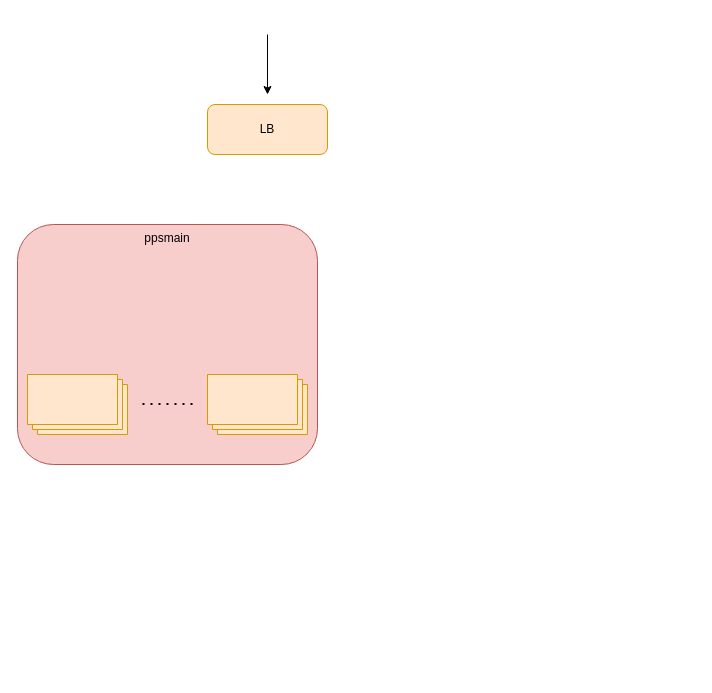
Before: 未命名绘图22.drawio in buf1024/drawio, a draw.io diagram. Source tidied: cells renumbered, new cells numbered last; positions are measured from the earlier drawing's top-left corner, leaving out a move shared by most shapes. Both pictures are drawn from the tidied source at 100%, with x=0, y=0 at pixel (17, 34).
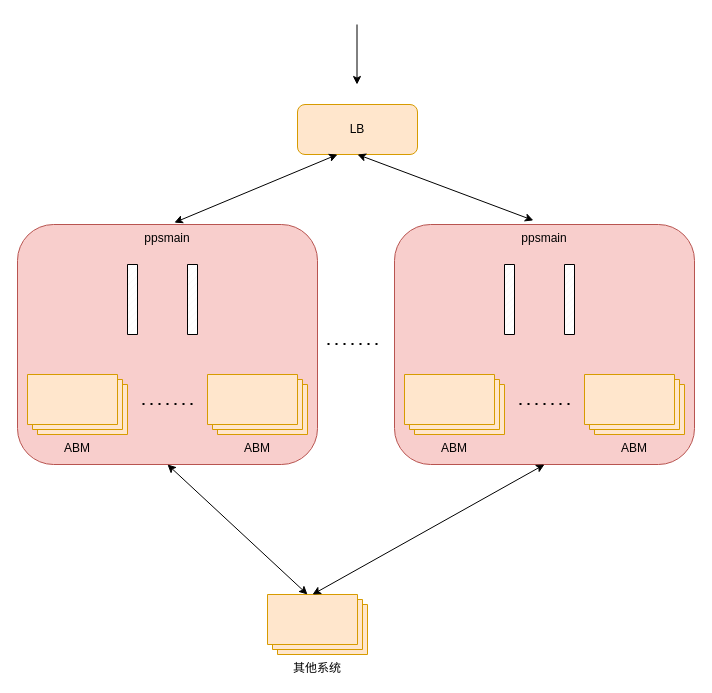
The same page after the edit.

Commit message (it also covers changes not shown here):
更新未命名绘图22.drawio

The change refers to these unchanged cells:
```xml
<mxCell id="2" value="ppsmain" style="rounded=1;whiteSpace=wrap;html=1;verticalAlign=top;fillColor=#f8cecc;strokeColor=#b85450;" parent="1" vertex="1">
  <mxGeometry y="190" width="300" height="240" as="geometry" />
</mxCell>
```

The edit, as a diff of the source:
```diff
@@
     <mxCell id="3" value="LB" style="rounded=1;whiteSpace=wrap;html=1;fillColor=#ffe6cc;strokeColor=#d79b00;" parent="1" vertex="1">
-      <mxGeometry x="190" y="70" width="120" height="50" as="geometry" />
+      <mxGeometry x="280" y="70" width="120" height="50" as="geometry" />
     </mxCell>
-    <mxCell id="4" style="verticalLabelPosition=bottom;verticalAlign=top;html=1;shape=mxgraph.basic.layered_rect;dx=10;whiteSpace=wrap;fillColor=#ffe6cc;strokeColor=#d79b00;" parent="1" vertex="1">
+    <mxCell id="4" value="ABM" style="verticalLabelPosition=bottom;verticalAlign=top;html=1;shape=mxgraph.basic.layered_rect;dx=10;whiteSpace=wrap;fillColor=#ffe6cc;strokeColor=#d79b00;" parent="1" vertex="1">
       <mxGeometry x="10" y="340" width="100" height="60" as="geometry" />
     </mxCell>
     <mxCell id="5" style="endArrow=classic;html=1;rounded=0;" parent="1" edge="1">
       <mxGeometry relative="1" as="geometry">
-        <mxPoint x="250" as="sourcePoint" />
-        <mxPoint x="250" y="60" as="targetPoint" />
+        <mxPoint x="339.5" y="-10" as="sourcePoint" />
+        <mxPoint x="339.5" y="50" as="targetPoint" />
       </mxGeometry>
     </mxCell>
-    <mxCell id="6" style="verticalLabelPosition=bottom;verticalAlign=top;html=1;shape=mxgraph.basic.layered_rect;dx=10;whiteSpace=wrap;fillColor=#ffe6cc;strokeColor=#d79b00;" parent="1" vertex="1">
+    <mxCell id="6" value="ABM" style="verticalLabelPosition=bottom;verticalAlign=top;html=1;shape=mxgraph.basic.layered_rect;dx=10;whiteSpace=wrap;fillColor=#ffe6cc;strokeColor=#d79b00;" parent="1" vertex="1">
       <mxGeometry x="190" y="340" width="100" height="60" as="geometry" />
     </mxCell>
@@
+    <mxCell id="8" style="verticalLabelPosition=bottom;verticalAlign=top;html=1;shape=mxgraph.basic.patternFillRect;fillStyle=diag;step=5;fillStrokeWidth=0.2;fillStrokeColor=#dddddd;" parent="1" vertex="1">
+      <mxGeometry x="110" y="230" width="10" height="70" as="geometry" />
+    </mxCell>
+    <mxCell id="9" style="verticalLabelPosition=bottom;verticalAlign=top;html=1;shape=mxgraph.basic.patternFillRect;fillStyle=diag;step=5;fillStrokeWidth=0.2;fillStrokeColor=#dddddd;" parent="1" vertex="1">
+      <mxGeometry x="170" y="230" width="10" height="70" as="geometry" />
+    </mxCell>
+    <mxCell id="10" value="ppsmain" style="rounded=1;whiteSpace=wrap;html=1;verticalAlign=top;fillColor=#f8cecc;strokeColor=#b85450;" parent="1" vertex="1">
+      <mxGeometry x="377" y="190" width="300" height="240" as="geometry" />
+    </mxCell>
+    <mxCell id="11" value="ABM" style="verticalLabelPosition=bottom;verticalAlign=top;html=1;shape=mxgraph.basic.layered_rect;dx=10;whiteSpace=wrap;fillColor=#ffe6cc;strokeColor=#d79b00;" parent="1" vertex="1">
+      <mxGeometry x="387" y="340" width="100" height="60" as="geometry" />
+    </mxCell>
+    <mxCell id="12" value="ABM" style="verticalLabelPosition=bottom;verticalAlign=top;html=1;shape=mxgraph.basic.layered_rect;dx=10;whiteSpace=wrap;fillColor=#ffe6cc;strokeColor=#d79b00;" parent="1" vertex="1">
+      <mxGeometry x="567" y="340" width="100" height="60" as="geometry" />
+    </mxCell>
+    <mxCell id="13" style="endArrow=none;dashed=1;html=1;dashPattern=1 3;strokeWidth=2;rounded=0;" parent="1" edge="1">
+      <mxGeometry relative="1" as="geometry">
+        <mxPoint x="552" y="369.5" as="sourcePoint" />
+        <mxPoint x="502" y="369.5" as="targetPoint" />
+      </mxGeometry>
+    </mxCell>
+    <mxCell id="14" style="verticalLabelPosition=bottom;verticalAlign=top;html=1;shape=mxgraph.basic.patternFillRect;fillStyle=diag;step=5;fillStrokeWidth=0.2;fillStrokeColor=#dddddd;" parent="1" vertex="1">
+      <mxGeometry x="487" y="230" width="10" height="70" as="geometry" />
+    </mxCell>
+    <mxCell id="15" style="verticalLabelPosition=bottom;verticalAlign=top;html=1;shape=mxgraph.basic.patternFillRect;fillStyle=diag;step=5;fillStrokeWidth=0.2;fillStrokeColor=#dddddd;" parent="1" vertex="1">
+      <mxGeometry x="547" y="230" width="10" height="70" as="geometry" />
+    </mxCell>
+    <mxCell id="16" value="其他系统" style="verticalLabelPosition=bottom;verticalAlign=top;html=1;shape=mxgraph.basic.layered_rect;dx=10;outlineConnect=0;whiteSpace=wrap;fillColor=#ffe6cc;strokeColor=#d79b00;" parent="1" vertex="1">
+      <mxGeometry x="250" y="560" width="100" height="60" as="geometry" />
+    </mxCell>
+    <mxCell id="17" style="endArrow=none;dashed=1;html=1;dashPattern=1 3;strokeWidth=2;rounded=0;" parent="1" edge="1">
+      <mxGeometry relative="1" as="geometry">
+        <mxPoint x="360" y="309.5" as="sourcePoint" />
+        <mxPoint x="310" y="309.5" as="targetPoint" />
+      </mxGeometry>
+    </mxCell>
+    <mxCell id="18" style="endArrow=classic;startArrow=classic;html=1;rounded=0;exitX=0.523;exitY=-0.008;exitDx=0;exitDy=0;exitPerimeter=0;" parent="1" edge="1" source="2">
+      <mxGeometry relative="1" as="geometry">
+        <mxPoint x="320" y="120" as="targetPoint" />
+      </mxGeometry>
+    </mxCell>
+    <mxCell id="19" style="endArrow=classic;startArrow=classic;html=1;rounded=0;exitX=0.5;exitY=1;exitDx=0;exitDy=0;entryX=0.463;entryY=-0.017;entryDx=0;entryDy=0;entryPerimeter=0;" parent="1" edge="1" source="3" target="10">
+      <mxGeometry relative="1" as="geometry" />
+    </mxCell>
+    <mxCell id="20" style="endArrow=classic;startArrow=classic;html=1;rounded=0;entryX=0.5;entryY=1;entryDx=0;entryDy=0;" parent="1" edge="1" target="2">
+      <mxGeometry relative="1" as="geometry">
+        <mxPoint x="290" y="560" as="sourcePoint" />
+      </mxGeometry>
+    </mxCell>
+    <mxCell id="21" style="endArrow=classic;startArrow=classic;html=1;rounded=0;entryX=0.5;entryY=1;entryDx=0;entryDy=0;exitX=0;exitY=0;exitDx=45;exitDy=0;exitPerimeter=0;" parent="1" edge="1" source="16">
+      <mxGeometry relative="1" as="geometry">
+        <mxPoint x="527" y="430" as="targetPoint" />
+      </mxGeometry>
+    </mxCell>
```
